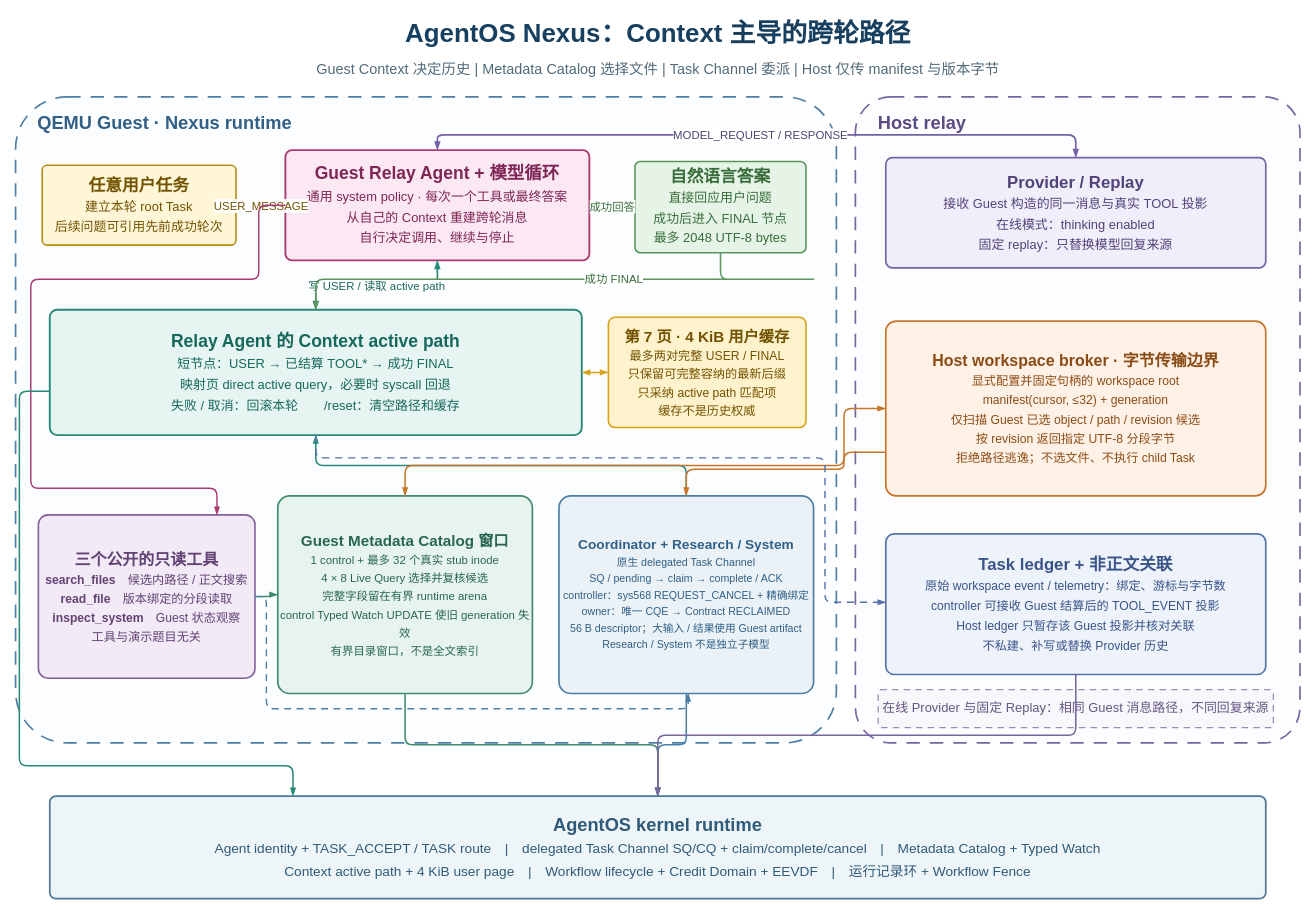
Earlier version of the draw.io diagram docs/figures/architecture/nexus_runtime_flow.drawio (yushugulao/Agent-OS). Source tidied: cells renumbered, new cells numbered last; positions are measured from the earlier drawing's top-left corner, leaving out a move shared by most shapes. Both pictures are drawn from the tidied source at 76%, with x=0, y=0 at pixel (15, 13).
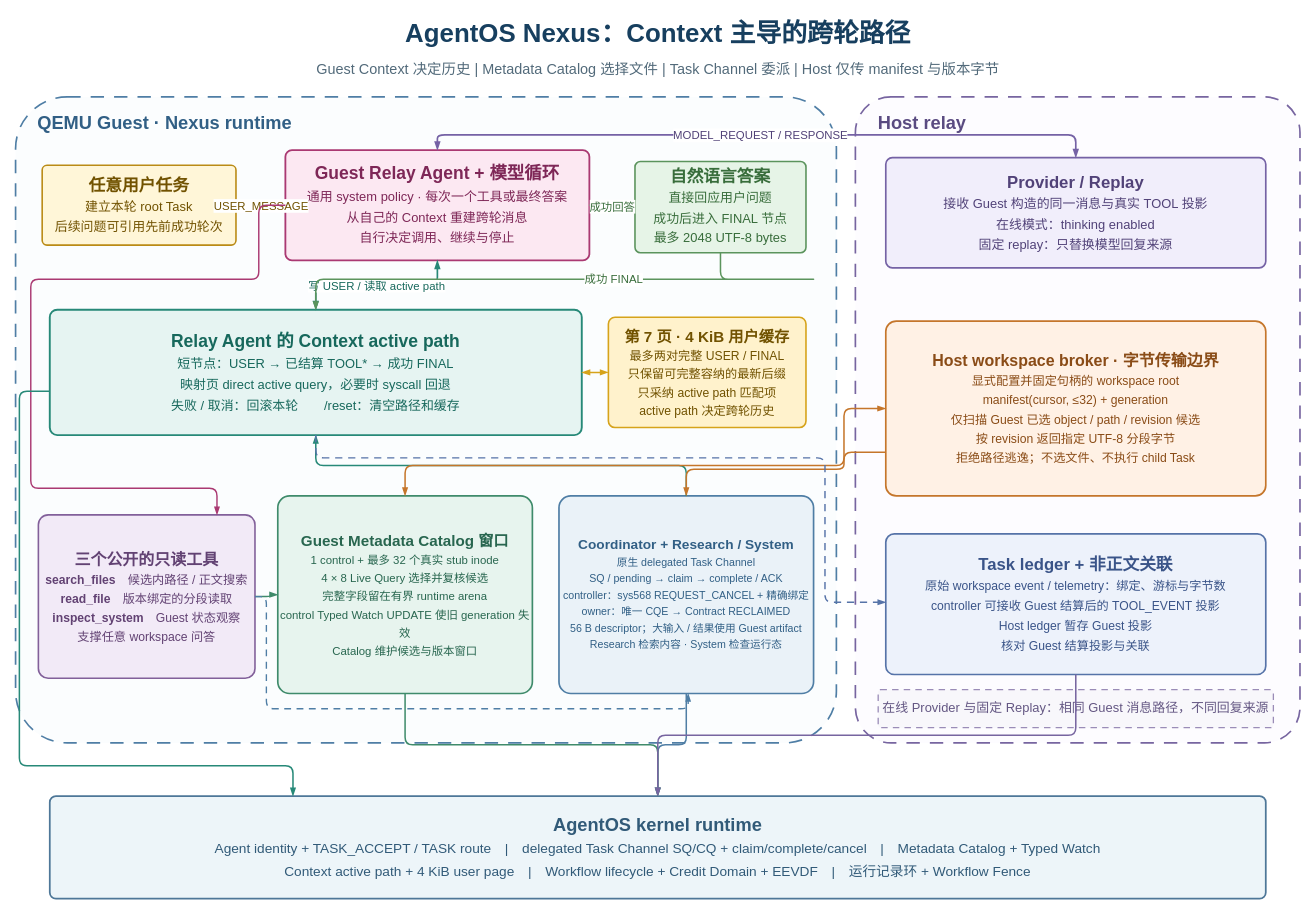
The same diagram, later.

Diff of the diagram source:
```diff
@@
-    <mxCell id="12" value="&lt;b&gt;第 7 页 · 4 KiB 用户缓存&lt;/b&gt;&lt;br&gt;&lt;font style=&quot;font-size:16px&quot;&gt;最多两对完整 USER / FINAL&lt;br&gt;只保留可完整容纳的最新后缀&lt;br&gt;只采纳 active path 匹配项&lt;br&gt;缓存不是历史权威&lt;/font&gt;" style="rounded=1;whiteSpace=wrap;html=1;fillColor=#FFF2CC;strokeColor=#D6A31B;strokeWidth=2.1;align=center;verticalAlign=middle;fontSize=20;fontColor=#715200;fontFamily=Microsoft YaHei;arcSize=6;" parent="1" vertex="1">
+    <mxCell id="12" value="&lt;b&gt;第 7 页 · 4 KiB 用户缓存&lt;/b&gt;&lt;br&gt;&lt;font style=&quot;font-size:16px&quot;&gt;最多两对完整 USER / FINAL&lt;br&gt;只保留可完整容纳的最新后缀&lt;br&gt;只采纳 active path 匹配项&lt;br&gt;active path 决定跨轮历史&lt;/font&gt;" style="rounded=1;whiteSpace=wrap;html=1;fillColor=#FFF2CC;strokeColor=#D6A31B;strokeWidth=2.1;align=center;verticalAlign=middle;fontSize=20;fontColor=#715200;fontFamily=Microsoft YaHei;arcSize=6;" parent="1" vertex="1">
       <mxGeometry x="780" y="400" width="260" height="145" as="geometry" />
     </mxCell>
-    <mxCell id="13" value="&lt;b&gt;三个公开的只读工具&lt;/b&gt;&lt;br&gt;&lt;font style=&quot;font-size:16px&quot;&gt;&lt;b&gt;search_files&lt;/b&gt;　候选内路径 / 正文搜索&lt;br&gt;&lt;b&gt;read_file&lt;/b&gt;　版本绑定的分段读取&lt;br&gt;&lt;b&gt;inspect_system&lt;/b&gt;　Guest 状态观察&lt;br&gt;工具与演示题目无关&lt;/font&gt;" style="rounded=1;whiteSpace=wrap;html=1;fillColor=#F2EAF7;strokeColor=#82609A;strokeWidth=2.1;align=center;verticalAlign=middle;fontSize=21;fontColor=#624273;fontFamily=Microsoft YaHei;arcSize=6;" parent="1" vertex="1">
+    <mxCell id="13" value="&lt;b&gt;三个公开的只读工具&lt;/b&gt;&lt;br&gt;&lt;font style=&quot;font-size:16px&quot;&gt;&lt;b&gt;search_files&lt;/b&gt;　候选内路径 / 正文搜索&lt;br&gt;&lt;b&gt;read_file&lt;/b&gt;　版本绑定的分段读取&lt;br&gt;&lt;b&gt;inspect_system&lt;/b&gt;　Guest 状态观察&lt;br&gt;支撑任意 workspace 问答&lt;/font&gt;" style="rounded=1;whiteSpace=wrap;html=1;fillColor=#F2EAF7;strokeColor=#82609A;strokeWidth=2.1;align=center;verticalAlign=middle;fontSize=21;fontColor=#624273;fontFamily=Microsoft YaHei;arcSize=6;" parent="1" vertex="1">
       <mxGeometry x="30" y="660" width="285" height="215" as="geometry" />
     </mxCell>
-    <mxCell id="14" value="&lt;b&gt;Guest Metadata Catalog 窗口&lt;/b&gt;&lt;br&gt;&lt;font style=&quot;font-size:15px&quot;&gt;1 control + 最多 32 个真实 stub inode&lt;br&gt;4 × 8 Live Query 选择并复核候选&lt;br&gt;完整字段留在有界 runtime arena&lt;br&gt;control Typed Watch UPDATE 使旧 generation 失效&lt;br&gt;有界目录窗口，不是全文索引&lt;/font&gt;" style="rounded=1;whiteSpace=wrap;html=1;fillColor=#E7F4EE;strokeColor=#3F8B6B;strokeWidth=2.2;align=center;verticalAlign=middle;fontSize=20;fontColor=#28664F;fontFamily=Microsoft YaHei;arcSize=6;" parent="1" vertex="1">
+    <mxCell id="14" value="&lt;b&gt;Guest Metadata Catalog 窗口&lt;/b&gt;&lt;br&gt;&lt;font style=&quot;font-size:15px&quot;&gt;1 control + 最多 32 个真实 stub inode&lt;br&gt;4 × 8 Live Query 选择并复核候选&lt;br&gt;完整字段留在有界 runtime arena&lt;br&gt;control Typed Watch UPDATE 使旧 generation 失效&lt;br&gt;Catalog 维护候选与版本窗口&lt;/font&gt;" style="rounded=1;whiteSpace=wrap;html=1;fillColor=#E7F4EE;strokeColor=#3F8B6B;strokeWidth=2.2;align=center;verticalAlign=middle;fontSize=20;fontColor=#28664F;fontFamily=Microsoft YaHei;arcSize=6;" parent="1" vertex="1">
       <mxGeometry x="345" y="635" width="335" height="260" as="geometry" />
     </mxCell>
-    <mxCell id="15" value="&lt;b&gt;Coordinator + Research / System&lt;/b&gt;&lt;br&gt;&lt;font style=&quot;font-size:14px&quot;&gt;原生 delegated Task Channel&lt;br&gt;SQ / pending → claim → complete / ACK&lt;br&gt;controller：sys568 REQUEST_CANCEL + 精确绑定&lt;br&gt;owner：唯一 CQE → Contract RECLAIMED&lt;br&gt;56 B descriptor；大输入 / 结果使用 Guest artifact&lt;br&gt;Research / System 不是独立子模型&lt;/font&gt;" style="rounded=1;whiteSpace=wrap;html=1;fillColor=#EAF2F8;strokeColor=#4F7EA5;strokeWidth=2.2;align=center;verticalAlign=middle;fontSize=18;fontColor=#315F85;fontFamily=Microsoft YaHei;arcSize=6;" parent="1" vertex="1">
+    <mxCell id="15" value="&lt;b&gt;Coordinator + Research / System&lt;/b&gt;&lt;br&gt;&lt;font style=&quot;font-size:14px&quot;&gt;原生 delegated Task Channel&lt;br&gt;SQ / pending → claim → complete / ACK&lt;br&gt;controller：sys568 REQUEST_CANCEL + 精确绑定&lt;br&gt;owner：唯一 CQE → Contract RECLAIMED&lt;br&gt;56 B descriptor；大输入 / 结果使用 Guest artifact&lt;br&gt;Research 检索内容 · System 检查运行态&lt;/font&gt;" style="rounded=1;whiteSpace=wrap;html=1;fillColor=#EAF2F8;strokeColor=#4F7EA5;strokeWidth=2.2;align=center;verticalAlign=middle;fontSize=18;fontColor=#315F85;fontFamily=Microsoft YaHei;arcSize=6;" parent="1" vertex="1">
       <mxGeometry x="715" y="635" width="335" height="260" as="geometry" />
     </mxCell>
@@
-    <mxCell id="18" value="&lt;b&gt;Task ledger + 非正文关联&lt;/b&gt;&lt;br&gt;&lt;font style=&quot;font-size:16px&quot;&gt;原始 workspace event / telemetry：绑定、游标与字节数&lt;br&gt;controller 可接收 Guest 结算后的 TOOL_EVENT 投影&lt;br&gt;Host ledger 只暂存该 Guest 投影并核对关联&lt;br&gt;不私建、补写或替换 Provider 历史&lt;/font&gt;" style="rounded=1;whiteSpace=wrap;html=1;fillColor=#EDF2FB;strokeColor=#5673A8;strokeWidth=2.2;align=center;verticalAlign=middle;fontSize=22;fontColor=#3A5488;fontFamily=Microsoft YaHei;arcSize=6;" parent="1" vertex="1">
+    <mxCell id="18" value="&lt;b&gt;Task ledger + 非正文关联&lt;/b&gt;&lt;br&gt;&lt;font style=&quot;font-size:16px&quot;&gt;原始 workspace event / telemetry：绑定、游标与字节数&lt;br&gt;controller 可接收 Guest 结算后的 TOOL_EVENT 投影&lt;br&gt;Host ledger 暂存 Guest 投影&lt;br&gt;核对 Guest 结算投影与关联&lt;/font&gt;" style="rounded=1;whiteSpace=wrap;html=1;fillColor=#EDF2FB;strokeColor=#5673A8;strokeWidth=2.2;align=center;verticalAlign=middle;fontSize=22;fontColor=#3A5488;fontFamily=Microsoft YaHei;arcSize=6;" parent="1" vertex="1">
       <mxGeometry x="1145" y="685" width="500" height="185" as="geometry" />
     </mxCell>
```
